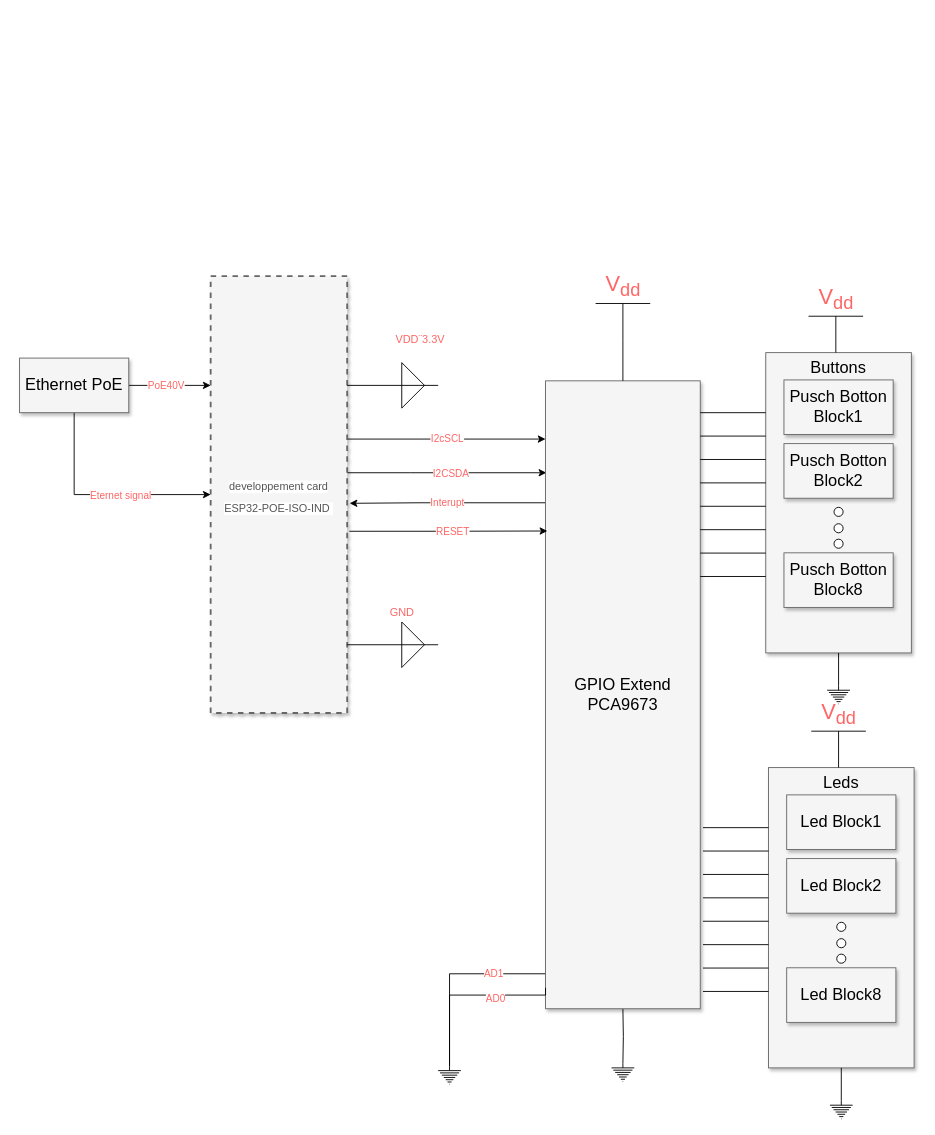
This is Untitled Diagram.drawio from HELP-TEC/MQTT_Keypad, a draw.io file, before an edit. Source tidied: cells renumbered, new cells numbered last; positions are measured from the earlier drawing's top-left corner, leaving out a move shared by most shapes. Both pictures are drawn from the tidied source at 91%, with x=0, y=0 at pixel (19, 276).
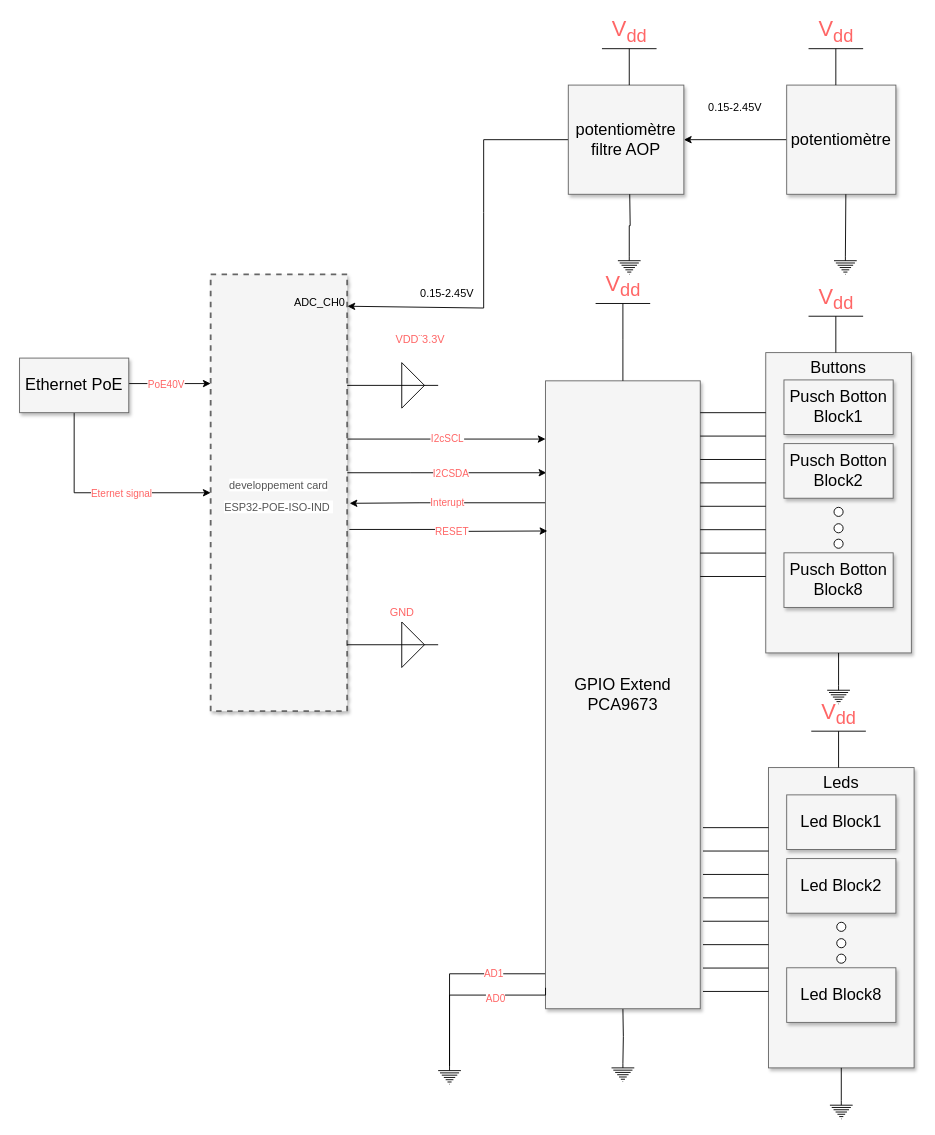
After the change.

What changed in the source:
```diff
@@
     <mxCell id="6" value="&lt;span style=&quot;color: rgb(85 , 85 , 85) ; font-family: &amp;#34;arial&amp;#34; , &amp;#34;helvetica&amp;#34; , sans-serif ; font-size: 12px ; text-align: justify ; background-color: rgb(255 , 255 , 255)&quot;&gt;developpement card&lt;br&gt;ESP32-POE-ISO-IND&amp;nbsp;&lt;/span&gt;" style="whiteSpace=wrap;html=1;shadow=1;fontSize=20;fillColor=#f5f5f5;strokeColor=#666666;strokeWidth=2;dashed=1;" parent="1" vertex="1">
-      <mxGeometry x="210" width="150" height="480" as="geometry" />
+      <mxGeometry x="210" y="-2" width="150" height="480" as="geometry" />
     </mxCell>
@@
+    <mxCell id="50" style="edgeStyle=none;rounded=0;jettySize=auto;html=1;exitX=0;exitY=0.5;exitDx=0;exitDy=0;entryX=1;entryY=0.5;entryDx=0;entryDy=0;" parent="1" edge="1" source="51" target="53">
+      <mxGeometry relative="1" as="geometry" />
+    </mxCell>
+    <mxCell id="51" value="potentiomètre" style="whiteSpace=wrap;html=1;shadow=1;fontSize=18;fillColor=#f5f5f5;strokeColor=#666666;" parent="1" vertex="1">
+      <mxGeometry x="843" y="-210" width="120" height="120" as="geometry" />
+    </mxCell>
+    <mxCell id="52" style="edgeStyle=none;rounded=0;jettySize=auto;html=1;exitX=0;exitY=0.5;exitDx=0;exitDy=0;entryX=1.002;entryY=0.073;entryDx=0;entryDy=0;entryPerimeter=0;" parent="1" edge="1" source="53" target="6">
+      <mxGeometry relative="1" as="geometry">
+        <Array as="points">
+          <mxPoint x="510" y="-150" />
+          <mxPoint x="510" y="-70" />
+          <mxPoint x="510" y="35" />
+        </Array>
+      </mxGeometry>
+    </mxCell>
+    <mxCell id="53" value="potentiomètre filtre AOP" style="whiteSpace=wrap;html=1;shadow=1;fontSize=18;fillColor=#f5f5f5;strokeColor=#666666;" parent="1" vertex="1">
+      <mxGeometry x="603" y="-210" width="127" height="120" as="geometry" />
+    </mxCell>
+    <mxCell id="54" value="V&lt;sub&gt;dd&lt;/sub&gt;" style="verticalLabelPosition=top;verticalAlign=bottom;shape=mxgraph.electrical.signal_sources.vdd;shadow=0;dashed=0;align=center;strokeWidth=1;fontSize=24;html=1;flipV=1;labelBackgroundColor=none;fontFamily=Helvetica;fontColor=#FF6666;" parent="1" vertex="1">
+      <mxGeometry x="640" y="-250" width="60" height="40" as="geometry" />
+    </mxCell>
+    <mxCell id="55" value="V&lt;sub&gt;dd&lt;/sub&gt;" style="verticalLabelPosition=top;verticalAlign=bottom;shape=mxgraph.electrical.signal_sources.vdd;shadow=0;dashed=0;align=center;strokeWidth=1;fontSize=24;html=1;flipV=1;labelBackgroundColor=none;fontFamily=Helvetica;fontColor=#FF6666;" parent="1" vertex="1">
+      <mxGeometry x="867" y="-250" width="60" height="40" as="geometry" />
+    </mxCell>
+    <mxCell id="56" style="edgeStyle=orthogonalEdgeStyle;rounded=0;jettySize=auto;html=1;entryX=0.5;entryY=0;entryDx=0;entryDy=0;entryPerimeter=0;fontFamily=Helvetica;fontColor=#FF6666;strokeColor=none;endArrow=none;endFill=0;" parent="1" edge="1" target="58">
+      <mxGeometry relative="1" as="geometry">
+        <mxPoint x="673" y="815" as="sourcePoint" />
+      </mxGeometry>
+    </mxCell>
+    <mxCell id="57" style="edgeStyle=orthogonalEdgeStyle;rounded=0;jettySize=auto;html=1;entryX=0.5;entryY=0;entryDx=0;entryDy=0;entryPerimeter=0;fontFamily=Helvetica;fontColor=#FF6666;endArrow=none;endFill=0;" parent="1" edge="1" target="58">
+      <mxGeometry relative="1" as="geometry">
+        <mxPoint x="670.5" y="-90" as="sourcePoint" />
+      </mxGeometry>
+    </mxCell>
+    <mxCell id="58" style="verticalLabelPosition=bottom;shadow=0;dashed=0;align=center;html=1;verticalAlign=top;shape=mxgraph.electrical.signal_sources.protective_earth;labelBackgroundColor=#97D077;fontFamily=Helvetica;fontColor=#FF6666;" parent="1" vertex="1">
+      <mxGeometry x="657.5" y="-22" width="25" height="20" as="geometry" />
+    </mxCell>
+    <mxCell id="59" style="rounded=0;jettySize=auto;html=1;entryX=0.5;entryY=0;entryDx=0;entryDy=0;entryPerimeter=0;fontFamily=Helvetica;fontColor=#FF6666;endArrow=none;endFill=0;" parent="1" edge="1" target="60">
+      <mxGeometry relative="1" as="geometry">
+        <mxPoint x="908" y="-90" as="sourcePoint" />
+      </mxGeometry>
+    </mxCell>
+    <mxCell id="60" style="verticalLabelPosition=bottom;shadow=0;dashed=0;align=center;html=1;verticalAlign=top;shape=mxgraph.electrical.signal_sources.protective_earth;labelBackgroundColor=#97D077;fontFamily=Helvetica;fontColor=#FF6666;" parent="1" vertex="1">
+      <mxGeometry x="895" y="-22" width="25" height="20" as="geometry" />
+    </mxCell>
+    <mxCell id="61" value="ADC_CH0" style="text;html=1;strokeColor=none;fillColor=none;align=center;verticalAlign=middle;whiteSpace=wrap;rounded=0;" parent="1" vertex="1">
+      <mxGeometry x="300" y="14" width="60" height="30" as="geometry" />
+    </mxCell>
+    <mxCell id="62" value="0.15-2.45V" style="text;html=1;strokeColor=none;fillColor=none;align=center;verticalAlign=middle;whiteSpace=wrap;rounded=0;" parent="1" vertex="1">
+      <mxGeometry x="750" y="-210" width="73" height="50" as="geometry" />
+    </mxCell>
+    <mxCell id="63" value="0.15-2.45V" style="text;html=1;strokeColor=none;fillColor=none;align=center;verticalAlign=middle;whiteSpace=wrap;rounded=0;" parent="1" vertex="1">
+      <mxGeometry x="430" y="-6" width="80" height="50" as="geometry" />
+    </mxCell>
```
